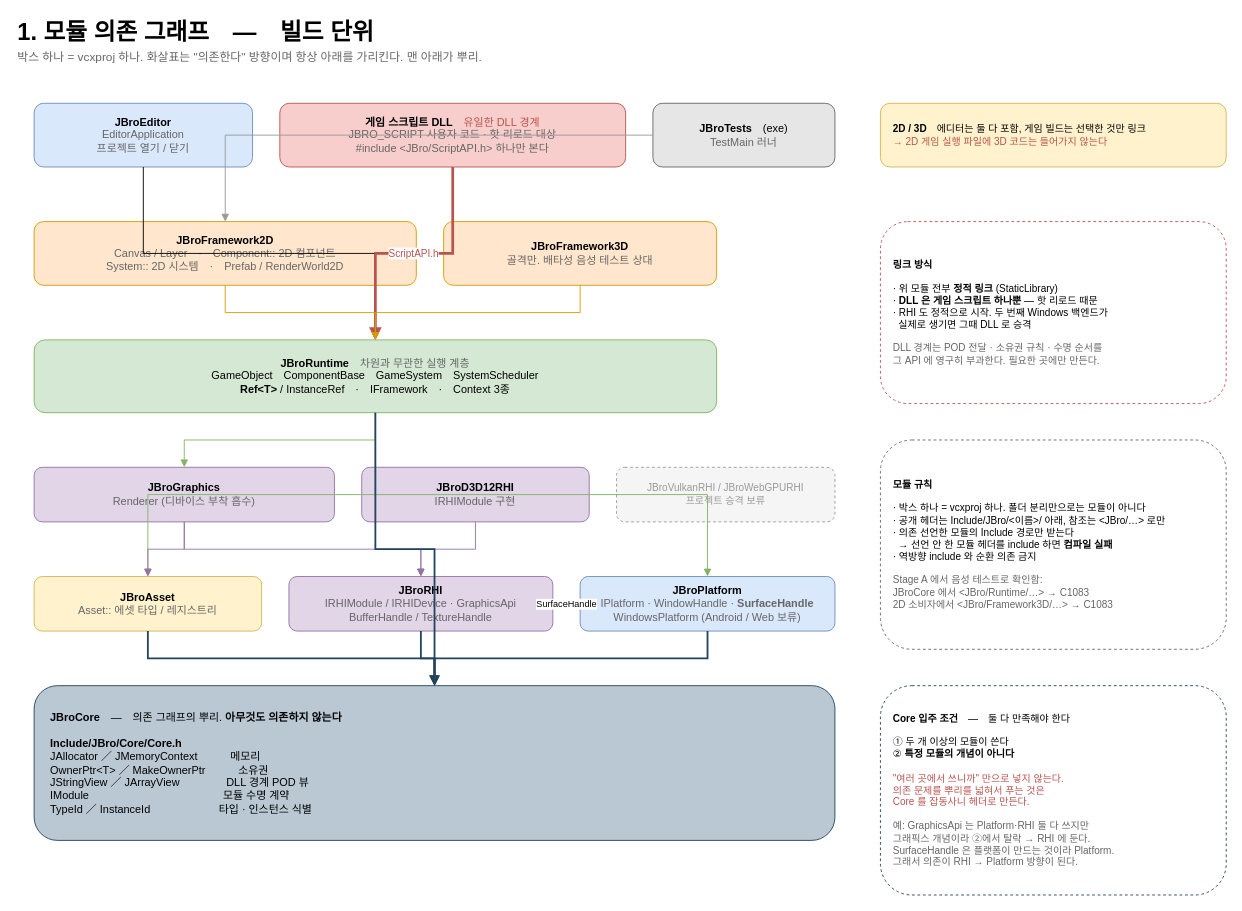
This is page "1. Modules (build units)" (1 of 8) of docs/JBroEngine.drawio.xml from taku7664/JBroEngine, a draw.io file, before an edit. Source tidied: cells renumbered, new cells numbered last; positions are measured from the earlier drawing's top-left corner, leaving out a move shared by most shapes. Both pictures are drawn from the tidied source at 91%, with x=0, y=0 at pixel (15, 15).
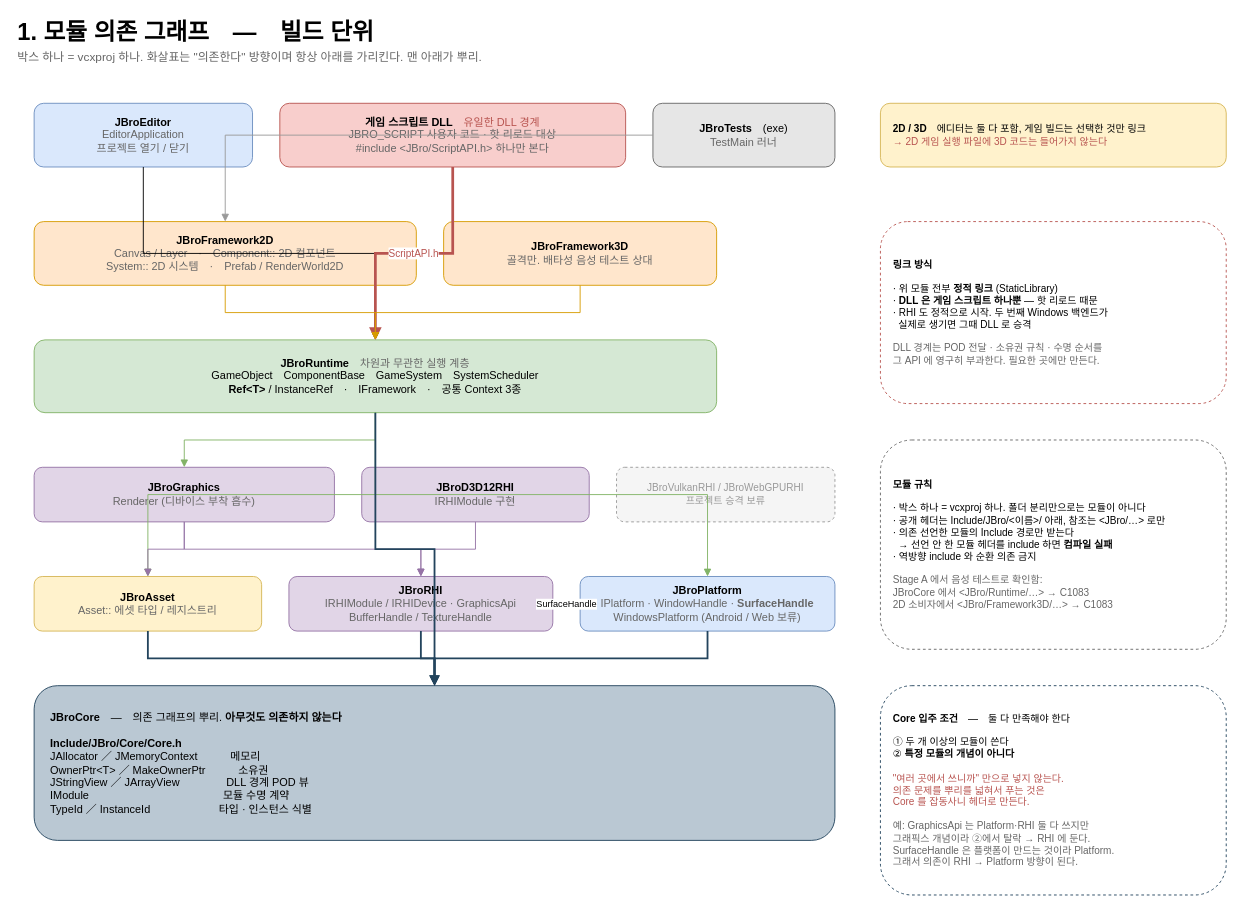
After the change.

The edit, as a diff of the source:
```diff
@@
-    <mxCell id="9" value="&lt;b&gt;JBroRuntime&lt;/b&gt;　&lt;font color=&quot;#666666&quot;&gt;차원과 무관한 실행 계층&lt;/font&gt;&lt;br&gt;GameObject　ComponentBase　GameSystem　SystemScheduler&lt;br&gt;&lt;b&gt;Ref&amp;lt;T&amp;gt;&lt;/b&gt; / InstanceRef　·　IFramework　·　Context 3종" style="rounded=1;whiteSpace=wrap;html=1;fillColor=#d5e8d4;strokeColor=#82b366;fontSize=12;" parent="1" vertex="1">
+    <mxCell id="9" value="&lt;b&gt;JBroRuntime&lt;/b&gt;　&lt;font color=&quot;#666666&quot;&gt;차원과 무관한 실행 계층&lt;/font&gt;&lt;br&gt;GameObject　ComponentBase　GameSystem　SystemScheduler&lt;br&gt;&lt;b&gt;Ref&amp;lt;T&amp;gt;&lt;/b&gt; / InstanceRef　·　IFramework　·　공통 Context 3종" style="rounded=1;whiteSpace=wrap;html=1;fillColor=#d5e8d4;strokeColor=#82b366;fontSize=12;" parent="1" vertex="1">
       <mxGeometry x="20" y="356" width="750" height="80" as="geometry" />
     </mxCell>
```
